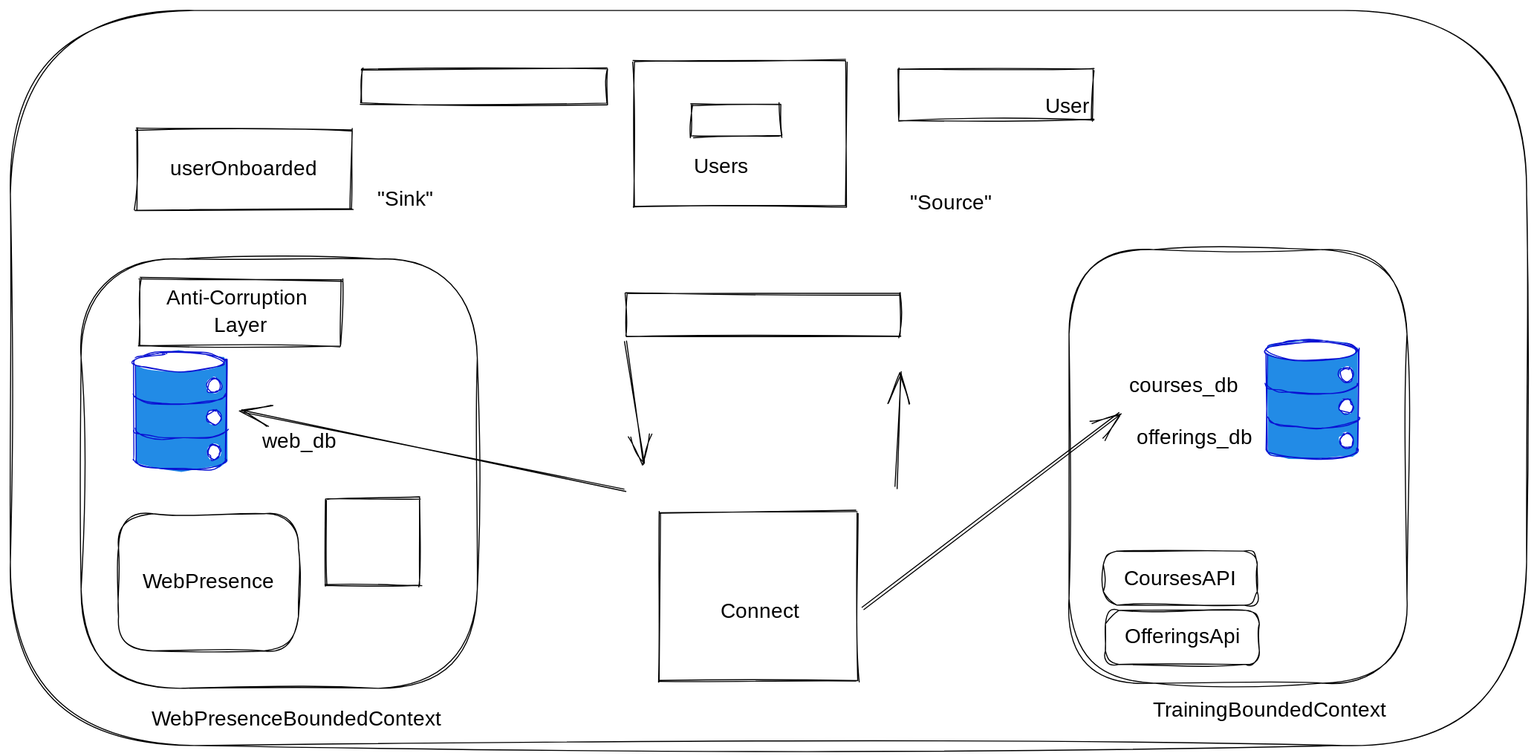
Above: Notes/bc-arch-acl.excalidraw.svg in hypertheory-services/EventDrivenServicesAug2022 (Excalidraw), before the change. Source tidied: one line per element, renumbered; positions are measured from the earlier drawing's top-left corner, leaving out a move shared by most shapes.
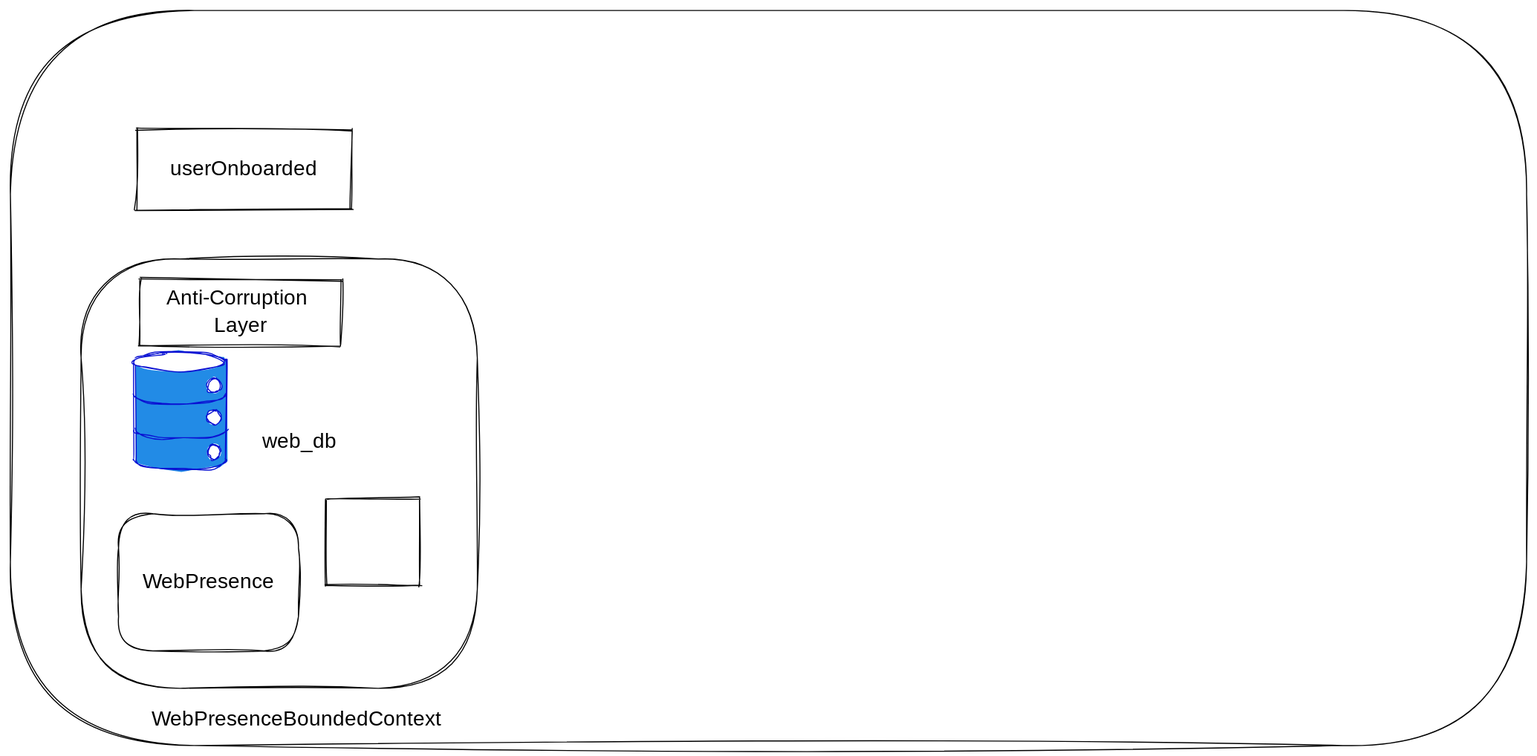
Above is the later version.

The edit, as a diff of the source:
```diff
@@ -10,39 +10,9 @@
 {"id": 9, "type": "ellipse", "strokeColor": "#0a11d3", "backgroundColor": "#fff", "fillStyle": "solid", "strokeWidth": 1, "roughness": 1, "x": 189, "y": 354, "width": 13, "height": 14}
 {"id": 10, "type": "ellipse", "strokeColor": "#0a11d3", "backgroundColor": "#fff", "fillStyle": "solid", "strokeWidth": 1, "roughness": 1, "x": 189, "y": 384, "width": 13, "height": 14}
 {"id": 11, "type": "ellipse", "strokeColor": "#0a11d3", "backgroundColor": "#fff", "fillStyle": "solid", "strokeWidth": 1, "roughness": 1, "x": 189, "y": 418, "width": 13, "height": 14}
-{"id": 12, "type": "rectangle", "strokeColor": "#000000", "strokeWidth": 1, "roughness": 2, "x": 1018, "y": 230, "width": 325, "height": 417}
-{"id": 13, "type": "text", "text": "TrainingBoundedContext", "strokeColor": "#000000", "strokeWidth": 1, "roughness": 2, "fontSize": 20, "fontFamily": 1, "x": 1099, "y": 661, "width": 235, "height": 25}
-{"id": 14, "type": "rectangle", "strokeColor": "#000000", "strokeWidth": 1, "roughness": 2, "x": 1051, "y": 520, "width": 148, "height": 52}
-{"id": 15, "type": "text", "text": "CoursesAPI", "strokeColor": "#000000", "strokeWidth": 1, "roughness": 2, "fontSize": 20, "fontFamily": 1, "textAlign": "center", "verticalAlign": "middle", "inside": 14, "x": 1056, "y": 534, "width": 138, "height": 27}
-{"id": 16, "type": "rectangle", "strokeColor": "#000000", "strokeWidth": 1, "roughness": 2, "x": 1053, "y": 577, "width": 148, "height": 52}
-{"id": 17, "type": "text", "text": "OfferingsApi", "strokeColor": "#000000", "strokeWidth": 1, "roughness": 2, "fontSize": 20, "fontFamily": 1, "textAlign": "center", "verticalAlign": "middle", "inside": 16, "x": 1058, "y": 590, "width": 138, "height": 27}
-{"id": 18, "type": "line", "strokeColor": "#0a11d3", "backgroundColor": "#228be6", "fillStyle": "solid", "strokeWidth": 1, "roughness": 1, "x": 1208, "y": 327, "width": 88, "height": 114, "points": [[0, 0], [0, 86], [0, 96], [5, 100], [20, 104], [47, 105], [72, 103], [86, 99], [88, 95], [88, 87], [88, 7], [87, 0], [82, -5], [70, -7], [43, -9], [21, -8], [4, -4], [0, 0], [0, 0]]}
-{"id": 19, "type": "line", "strokeColor": "#0a11d3", "strokeWidth": 1, "roughness": 1, "x": 1209, "y": 392, "width": 88, "height": 10, "points": [[0, 0], [2, 4], [12, 7], [26, 9], [47, 9], [71, 8], [85, 3], [88, 0]]}
-{"id": 20, "type": "line", "strokeColor": "#0a11d3", "strokeWidth": 1, "roughness": 1, "x": 1208, "y": 359, "width": 88, "height": 10, "points": [[0, 0], [2, 4], [12, 7], [26, 9], [47, 9], [71, 8], [85, 3], [88, 0]]}
-{"id": 21, "type": "ellipse", "strokeColor": "#0a11d3", "backgroundColor": "#fff", "fillStyle": "solid", "strokeWidth": 1, "roughness": 1, "x": 1207, "y": 319, "width": 88, "height": 18}
-{"id": 22, "type": "ellipse", "strokeColor": "#0a11d3", "backgroundColor": "#fff", "fillStyle": "solid", "strokeWidth": 1, "roughness": 1, "x": 1278, "y": 343, "width": 13, "height": 14}
-{"id": 23, "type": "ellipse", "strokeColor": "#0a11d3", "backgroundColor": "#fff", "fillStyle": "solid", "strokeWidth": 1, "roughness": 1, "x": 1278, "y": 374, "width": 13, "height": 14}
-{"id": 24, "type": "ellipse", "strokeColor": "#0a11d3", "backgroundColor": "#fff", "fillStyle": "solid", "strokeWidth": 1, "roughness": 1, "x": 1278, "y": 407, "width": 13, "height": 14}
-{"id": 25, "type": "text", "text": "courses_db", "strokeColor": "#000000", "strokeWidth": 1, "roughness": 2, "fontSize": 20, "fontFamily": 1, "x": 1076, "y": 349, "width": 113, "height": 25}
-{"id": 26, "type": "text", "text": "offerings_db", "strokeColor": "#000000", "strokeWidth": 1, "roughness": 2, "fontSize": 20, "fontFamily": 1, "x": 1083, "y": 399, "width": 124, "height": 25}
 {"id": 27, "type": "text", "text": "web_db", "strokeColor": "#000000", "strokeWidth": 1, "roughness": 2, "fontSize": 20, "fontFamily": 1, "x": 242, "y": 403, "width": 72, "height": 25}
-{"id": 28, "type": "text", "text": "\"Source\"", "strokeColor": "#000000", "strokeWidth": 1, "roughness": 2, "fontSize": 20, "fontFamily": 1, "x": 865, "y": 173, "width": 78, "height": 25}
-{"id": 29, "type": "text", "text": "\"Sink\"", "strokeColor": "#000000", "strokeWidth": 1, "roughness": 2, "fontSize": 20, "fontFamily": 1, "x": 353, "y": 170, "width": 50, "height": 25}
-{"id": 30, "type": "rectangle", "strokeColor": "#000000", "strokeWidth": 1, "roughness": 1, "x": 625, "y": 482, "width": 190, "height": 162}
-{"id": 31, "type": "arrow", "strokeColor": "#000000", "strokeWidth": 1, "roughness": 1, "endArrowhead": "arrow", "from": 30, "to": 26, "x": 820, "y": 575, "width": 248, "height": 187, "points": [[0, 0], [248, -187]]}
-{"id": 32, "type": "arrow", "strokeColor": "#000000", "strokeWidth": 1, "roughness": 1, "endArrowhead": "arrow", "x": 851, "y": 459, "width": 5, "height": 111, "points": [[0, 0], [5, -111]]}
-{"id": 33, "type": "rectangle", "strokeColor": "#000000", "strokeWidth": 1, "roughness": 1, "x": 592, "y": 272, "width": 264, "height": 41}
-{"id": 34, "type": "arrow", "strokeColor": "#000000", "strokeWidth": 1, "roughness": 1, "endArrowhead": "arrow", "from": 33, "x": 591, "y": 317, "width": 19, "height": 119, "points": [[0, 0], [19, 119]]}
-{"id": 35, "type": "arrow", "strokeColor": "#000000", "strokeWidth": 1, "roughness": 1, "endArrowhead": "arrow", "x": 591, "y": 461, "width": 368, "height": 75, "points": [[0, 0], [-368, -75]]}
-{"id": 36, "type": "rectangle", "strokeColor": "#000000", "strokeWidth": 1, "roughness": 1, "x": 600, "y": 49, "width": 204, "height": 140}
-{"id": 37, "type": "text", "text": "Users", "strokeColor": "#000000", "strokeWidth": 1, "roughness": 1, "fontSize": 20, "fontFamily": 1, "x": 657, "y": 138, "width": 57, "height": 25}
-{"id": 38, "type": "rectangle", "strokeColor": "#000000", "strokeWidth": 1, "roughness": 1, "x": 337, "y": 56, "width": 236, "height": 34}
 {"id": 39, "type": "rectangle", "strokeColor": "#000000", "strokeWidth": 1, "roughness": 1, "x": 303, "y": 469, "width": 91, "height": 84}
 {"id": 40, "type": "rectangle", "strokeColor": "#000000", "strokeWidth": 1, "roughness": 1, "x": 124, "y": 258, "width": 194, "height": 64}
 {"id": 41, "type": "text", "text": "Anti-Corruption \nLayer", "strokeColor": "#000000", "strokeWidth": 1, "roughness": 1, "fontSize": 20, "fontFamily": 1, "textAlign": "center", "verticalAlign": "middle", "inside": 40, "x": 129, "y": 263, "width": 184, "height": 54}
 {"id": 42, "type": "rectangle", "strokeColor": "#000000", "strokeWidth": 1, "roughness": 1, "x": 121, "y": 114, "width": 207, "height": 77}
 {"id": 43, "type": "text", "text": "userOnboarded", "strokeColor": "#000000", "strokeWidth": 1, "roughness": 1, "fontSize": 20, "fontFamily": 1, "textAlign": "center", "verticalAlign": "middle", "inside": 42, "x": 126, "y": 139, "width": 197, "height": 27}
-{"id": 44, "type": "rectangle", "strokeColor": "#000000", "strokeWidth": 1, "roughness": 1, "x": 854, "y": 56, "width": 187, "height": 49}
-{"id": 45, "type": "text", "text": "User", "strokeColor": "#000000", "strokeWidth": 1, "roughness": 1, "fontSize": 20, "fontFamily": 1, "x": 995, "y": 80, "width": 46, "height": 25}
-{"id": 46, "type": "text", "text": "Connect", "strokeColor": "#000000", "strokeWidth": 1, "roughness": 1, "fontSize": 20, "fontFamily": 1, "x": 683, "y": 566, "width": 76, "height": 25}
-{"id": 47, "type": "rectangle", "strokeColor": "#000000", "strokeWidth": 1, "roughness": 1, "x": 655, "y": 90, "width": 86, "height": 30}
```
